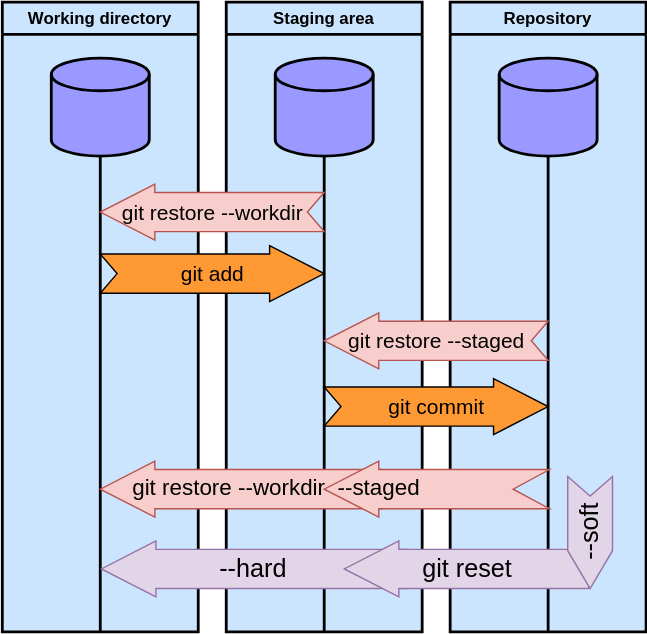
njohner/git_hands_on keeps this draw.io diagram as presentation/figures/git_restore_workflow.drawio.svg. Above is the earlier version. Source tidied: cells renumbered, new cells last; positions are measured from the earlier drawing's top-left corner, leaving out a move shared by most shapes. Its diagram source:
```xml
<mxGraphModel>
  <root>
    <mxCell id="0" />
    <mxCell id="1" parent="0" />
    <mxCell id="2" value="Working directory" style="swimlane;whiteSpace=wrap;html=1;strokeWidth=2;fillColor=#CCE5FF;swimlaneFillColor=#CCE5FF;" parent="1" vertex="1">
      <mxGeometry width="140" height="450" as="geometry" />
    </mxCell>
    <mxCell id="3" style="rounded=0;jettySize=auto;html=1;endArrow=none;endFill=0;strokeWidth=2;entryX=0.5;entryY=1;entryDx=0;entryDy=0;" parent="2" edge="1" source="4" target="2">
      <mxGeometry relative="1" as="geometry" />
    </mxCell>
    <mxCell id="4" style="strokeWidth=2;html=1;shape=mxgraph.flowchart.database;whiteSpace=wrap;fillColor=#9999FF;" parent="2" vertex="1">
      <mxGeometry x="35" y="40" width="70" height="70" as="geometry" />
    </mxCell>
    <mxCell id="5" value="Staging area" style="swimlane;whiteSpace=wrap;html=1;strokeWidth=2;fillColor=#CCE5FF;swimlaneFillColor=#CCE5FF;" parent="1" vertex="1">
      <mxGeometry x="160" width="140" height="450" as="geometry" />
    </mxCell>
    <mxCell id="6" style="rounded=0;jettySize=auto;html=1;endArrow=none;endFill=0;strokeWidth=2;entryX=0.5;entryY=1;entryDx=0;entryDy=0;" parent="5" edge="1" source="7" target="5">
      <mxGeometry relative="1" as="geometry" />
    </mxCell>
    <mxCell id="7" style="strokeWidth=2;html=1;shape=mxgraph.flowchart.database;whiteSpace=wrap;fillColor=#9999FF;" parent="5" vertex="1">
      <mxGeometry x="35" y="40" width="70" height="70" as="geometry" />
    </mxCell>
    <mxCell id="8" value="&lt;font style=&quot;font-size: 15px;&quot;&gt;git restore --workdir&lt;/font&gt;" style="verticalLabelPosition=middle;verticalAlign=middle;html=1;strokeWidth=1;shape=mxgraph.arrows2.arrow;dy=0.3;dx=39;notch=12;fillColor=#f8cecc;horizontal=1;labelPosition=center;align=center;fontSize=18;direction=west;strokeColor=#b85450;" parent="5" vertex="1">
      <mxGeometry x="-90" y="130" width="160" height="40" as="geometry" />
    </mxCell>
    <mxCell id="9" value="&lt;font style=&quot;font-size: 15px;&quot;&gt;git add&lt;/font&gt;" style="verticalLabelPosition=middle;verticalAlign=middle;html=1;strokeWidth=1;shape=mxgraph.arrows2.arrow;dy=0.3;dx=39;notch=12;fillColor=#FF9933;horizontal=1;labelPosition=center;align=center;fontSize=18;" parent="5" vertex="1">
      <mxGeometry x="-90" y="174" width="160" height="40" as="geometry" />
    </mxCell>
    <mxCell id="10" value="Repository" style="swimlane;whiteSpace=wrap;html=1;strokeWidth=2;fillColor=#CCE5FF;swimlaneFillColor=#CCE5FF;perimeter=rectanglePerimeter;" parent="1" vertex="1">
      <mxGeometry x="320" width="140" height="450" as="geometry" />
    </mxCell>
    <mxCell id="11" style="rounded=0;jettySize=auto;html=1;endArrow=none;endFill=0;strokeWidth=2;entryX=0.5;entryY=1;entryDx=0;entryDy=0;" parent="10" edge="1" source="12" target="10">
      <mxGeometry relative="1" as="geometry" />
    </mxCell>
    <mxCell id="12" style="strokeWidth=2;html=1;shape=mxgraph.flowchart.database;whiteSpace=wrap;fillColor=#9999FF;" parent="10" vertex="1">
      <mxGeometry x="35" y="40" width="70" height="70" as="geometry" />
    </mxCell>
    <mxCell id="13" value="&lt;font style=&quot;font-size: 15px;&quot;&gt;git commit&lt;/font&gt;" style="verticalLabelPosition=middle;verticalAlign=middle;html=1;strokeWidth=1;shape=mxgraph.arrows2.arrow;dy=0.3;dx=39;notch=12;fillColor=#FF9933;horizontal=1;labelPosition=center;align=center;fontSize=18;" parent="10" vertex="1">
      <mxGeometry x="-90" y="269" width="160" height="40" as="geometry" />
    </mxCell>
    <mxCell id="14" value="&lt;font style=&quot;font-size: 15px;&quot;&gt;git restore --staged&lt;/font&gt;" style="verticalLabelPosition=middle;verticalAlign=middle;html=1;strokeWidth=1;shape=mxgraph.arrows2.arrow;dy=0.3;dx=39;notch=12;fillColor=#f8cecc;horizontal=1;labelPosition=center;align=center;fontSize=18;direction=west;strokeColor=#b85450;" parent="10" vertex="1">
      <mxGeometry x="-90" y="222" width="160" height="40" as="geometry" />
    </mxCell>
    <mxCell id="15" style="group;" parent="1" vertex="1">
      <mxGeometry x="61" y="328" width="330" height="40" as="geometry" />
    </mxCell>
    <mxCell id="16" value="&lt;div&gt;&lt;br&gt;&lt;/div&gt;" style="verticalLabelPosition=middle;verticalAlign=middle;html=1;strokeWidth=1;shape=mxgraph.arrows2.arrow;dy=0.3;dx=39;notch=26;fillColor=#f8cecc;horizontal=1;labelPosition=center;align=center;fontSize=18;direction=west;strokeColor=#b85450;" parent="15" vertex="1">
      <mxGeometry x="9" width="200" height="40" as="geometry" />
    </mxCell>
    <mxCell id="17" value="&lt;div&gt;&lt;br&gt;&lt;/div&gt;" style="verticalLabelPosition=middle;verticalAlign=middle;html=1;strokeWidth=1;shape=mxgraph.arrows2.arrow;dy=0.3;dx=39;notch=26;fillColor=#f8cecc;horizontal=1;labelPosition=center;align=center;fontSize=18;direction=west;strokeColor=#b85450;" parent="15" vertex="1">
      <mxGeometry x="169" width="161" height="40" as="geometry" />
    </mxCell>
    <mxCell id="18" value="&lt;font style=&quot;font-size: 16px;&quot;&gt;git restore --workdir&amp;nbsp; &lt;/font&gt;&lt;span style=&quot;font-size: 16px;&quot;&gt;--staged&lt;/span&gt;" style="text;html=1;align=center;verticalAlign=middle;whiteSpace=wrap;rounded=0;" parent="15" vertex="1">
      <mxGeometry y="4" width="270" height="30" as="geometry" />
    </mxCell>
    <mxCell id="19" style="group;" parent="1" vertex="1">
      <mxGeometry x="70.8" y="339" width="365.2" height="86" as="geometry" />
    </mxCell>
    <mxCell id="20" value="&lt;div&gt;--hard&lt;/div&gt;" style="verticalLabelPosition=middle;verticalAlign=middle;html=1;strokeWidth=1;shape=mxgraph.arrows2.arrow;dy=0.3;dx=39;notch=26;fillColor=#e1d5e7;horizontal=1;labelPosition=center;align=center;fontSize=18;direction=west;strokeColor=#9673a6;" parent="19" vertex="1">
      <mxGeometry y="46" width="217" height="40" as="geometry" />
    </mxCell>
    <mxCell id="21" value="&lt;div&gt;git reset&lt;/div&gt;" style="verticalLabelPosition=middle;verticalAlign=middle;html=1;strokeWidth=1;shape=mxgraph.arrows2.arrow;dy=0.3;dx=39;notch=0;fillColor=#e1d5e7;horizontal=1;labelPosition=center;align=center;fontSize=18;direction=west;strokeColor=#9673a6;" parent="19" vertex="1">
      <mxGeometry x="173.6" y="46" width="174.7" height="40" as="geometry" />
    </mxCell>
    <mxCell id="22" value="--soft" style="verticalLabelPosition=middle;verticalAlign=middle;html=1;strokeWidth=1;shape=mxgraph.arrows2.arrow;dy=0;dx=27;notch=14;fillColor=#e1d5e7;horizontal=1;labelPosition=center;align=center;fontSize=18;direction=west;strokeColor=#9673a6;rotation=-90;" parent="19" vertex="1">
      <mxGeometry x="309.2" y="24" width="80" height="32" as="geometry" />
    </mxCell>
  </root>
</mxGraphModel>
```
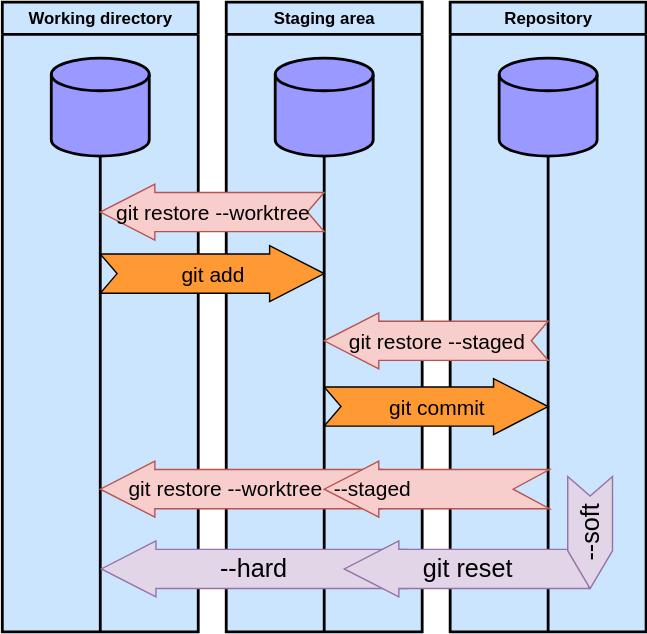
After the change.

Commit message:
Fix error in slide about git restore commands.

The edit, as a diff of the source:
```diff
@@ -20,7 +20,7 @@
     <mxCell id="7" style="strokeWidth=2;html=1;shape=mxgraph.flowchart.database;whiteSpace=wrap;fillColor=#9999FF;" parent="5" vertex="1">
       <mxGeometry x="35" y="40" width="70" height="70" as="geometry" />
     </mxCell>
-    <mxCell id="8" value="&lt;font style=&quot;font-size: 15px;&quot;&gt;git restore --workdir&lt;/font&gt;" style="verticalLabelPosition=middle;verticalAlign=middle;html=1;strokeWidth=1;shape=mxgraph.arrows2.arrow;dy=0.3;dx=39;notch=12;fillColor=#f8cecc;horizontal=1;labelPosition=center;align=center;fontSize=18;direction=west;strokeColor=#b85450;" parent="5" vertex="1">
+    <mxCell id="8" value="&lt;font style=&quot;font-size: 15px;&quot;&gt;git restore --worktree&lt;/font&gt;" style="verticalLabelPosition=middle;verticalAlign=middle;html=1;strokeWidth=1;shape=mxgraph.arrows2.arrow;dy=0.3;dx=39;notch=12;fillColor=#f8cecc;horizontal=1;labelPosition=center;align=center;fontSize=18;direction=west;strokeColor=#b85450;" parent="5" vertex="1">
       <mxGeometry x="-90" y="130" width="160" height="40" as="geometry" />
     </mxCell>
     <mxCell id="9" value="&lt;font style=&quot;font-size: 15px;&quot;&gt;git add&lt;/font&gt;" style="verticalLabelPosition=middle;verticalAlign=middle;html=1;strokeWidth=1;shape=mxgraph.arrows2.arrow;dy=0.3;dx=39;notch=12;fillColor=#FF9933;horizontal=1;labelPosition=center;align=center;fontSize=18;" parent="5" vertex="1">
@@ -50,8 +50,8 @@
     <mxCell id="17" value="&lt;div&gt;&lt;br&gt;&lt;/div&gt;" style="verticalLabelPosition=middle;verticalAlign=middle;html=1;strokeWidth=1;shape=mxgraph.arrows2.arrow;dy=0.3;dx=39;notch=26;fillColor=#f8cecc;horizontal=1;labelPosition=center;align=center;fontSize=18;direction=west;strokeColor=#b85450;" parent="15" vertex="1">
       <mxGeometry x="169" width="161" height="40" as="geometry" />
     </mxCell>
-    <mxCell id="18" value="&lt;font style=&quot;font-size: 16px;&quot;&gt;git restore --workdir&amp;nbsp; &lt;/font&gt;&lt;span style=&quot;font-size: 16px;&quot;&gt;--staged&lt;/span&gt;" style="text;html=1;align=center;verticalAlign=middle;whiteSpace=wrap;rounded=0;" parent="15" vertex="1">
-      <mxGeometry y="4" width="270" height="30" as="geometry" />
+    <mxCell id="18" value="&lt;font style=&quot;font-size: 15px;&quot;&gt;&lt;font style=&quot;&quot;&gt;git restore --worktree&amp;nbsp;&amp;nbsp;&lt;/font&gt;--staged&lt;/font&gt;" style="text;html=1;align=center;verticalAlign=middle;whiteSpace=wrap;rounded=0;" parent="15" vertex="1">
+      <mxGeometry x="-10" y="4" width="280" height="30" as="geometry" />
     </mxCell>
     <mxCell id="19" style="group;" parent="1" vertex="1">
       <mxGeometry x="70.8" y="339" width="365.2" height="86" as="geometry" />
```
